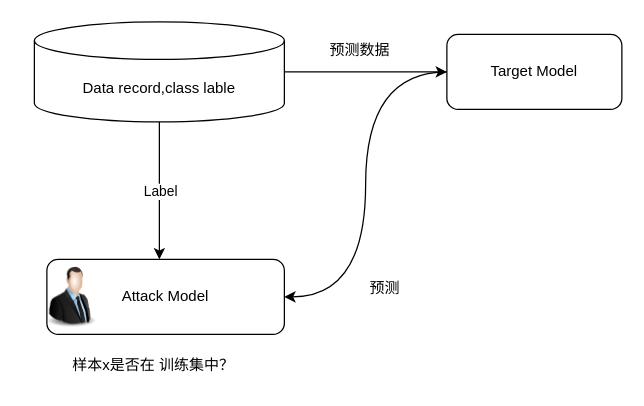
This is page "第 5 页" (5 of 7) of 未命名绘图.drawio from liangliuqi/whu-program, a draw.io file, before an edit. Source tidied: cells renumbered, new cells numbered last; positions are measured from the earlier drawing's top-left corner, leaving out a move shared by most shapes. Both pictures are drawn from the tidied source at 125%, with x=0, y=0 at pixel (21, 21).
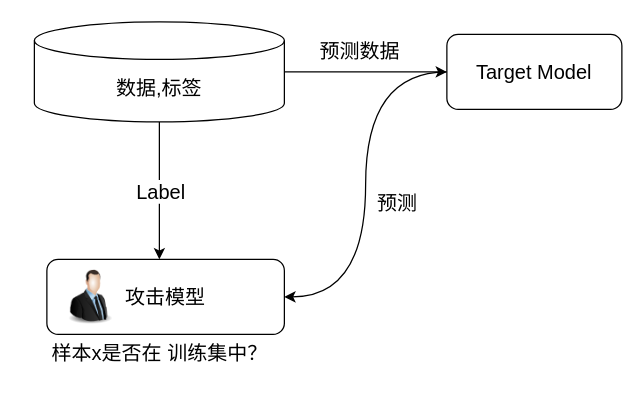
After the change.

The edit, as a diff of the source:
```diff
@@
 <mxGraphModel>
   <root>
     <mxCell id="0" />
     <mxCell id="1" parent="0" />
-    <mxCell id="2" style="edgeStyle=orthogonalEdgeStyle;rounded=0;jettySize=auto;html=1;" parent="1" edge="1" source="3" target="10">
+    <mxCell id="2" style="edgeStyle=orthogonalEdgeStyle;rounded=0;jettySize=auto;html=1;fontSize=16;labelBorderColor=none;" parent="1" edge="1" source="3" target="10">
       <mxGeometry relative="1" as="geometry" />
     </mxCell>
-    <mxCell id="3" value="Data record,class lable" style="shape=cylinder3;whiteSpace=wrap;html=1;boundedLbl=1;backgroundOutline=1;size=15;" parent="1" vertex="1">
+    <mxCell id="3" value="数据,标签" style="shape=cylinder3;whiteSpace=wrap;html=1;boundedLbl=1;backgroundOutline=1;size=15;fontSize=16;labelBorderColor=none;" parent="1" vertex="1">
       <mxGeometry x="10" width="200" height="80" as="geometry" />
     </mxCell>
-    <mxCell id="4" style="group;" parent="1" vertex="1">
+    <mxCell id="4" style="group;fontSize=16;labelBorderColor=none;" parent="1" vertex="1">
       <mxGeometry y="190" width="210" height="60" as="geometry" />
     </mxCell>
-    <mxCell id="5" value="Attack Model" style="rounded=1;whiteSpace=wrap;html=1;" parent="4" vertex="1">
+    <mxCell id="5" value="攻击模型" style="rounded=1;whiteSpace=wrap;html=1;fontSize=16;labelBorderColor=none;" parent="4" vertex="1">
       <mxGeometry x="20" width="190" height="60" as="geometry" />
     </mxCell>
-    <mxCell id="6" style="image;html=1;image=img/lib/clip_art/people/Suit_Man_128x128.png;" parent="4" vertex="1">
-      <mxGeometry y="5" width="80" height="50" as="geometry" />
+    <mxCell id="6" style="image;html=1;image=img/lib/clip_art/people/Suit_Man_128x128.png;fontSize=16;labelBorderColor=none;" parent="4" vertex="1">
+      <mxGeometry x="20" y="7.5" width="70" height="45" as="geometry" />
     </mxCell>
-    <mxCell id="7" style="endArrow=classic;html=1;rounded=0;" parent="1" edge="1" source="3">
+    <mxCell id="7" style="endArrow=classic;html=1;rounded=0;fontSize=16;labelBorderColor=none;" parent="1" edge="1" source="3">
       <mxGeometry relative="1" as="geometry">
         <mxPoint x="110" y="190" as="targetPoint" />
       </mxGeometry>
     </mxCell>
-    <mxCell id="8" value="Label" style="edgeLabel;html=1;align=center;verticalAlign=middle;" parent="7" vertex="1">
+    <mxCell id="8" value="Label" style="edgeLabel;html=1;align=center;verticalAlign=middle;fontSize=16;labelBorderColor=none;" parent="7" vertex="1">
       <mxGeometry relative="1" as="geometry" />
     </mxCell>
-    <mxCell id="9" style="edgeStyle=orthogonalEdgeStyle;curved=1;rounded=0;jettySize=auto;html=1;entryX=1;entryY=0.5;entryDx=0;entryDy=0;" parent="1" edge="1" source="10" target="5">
+    <mxCell id="9" style="edgeStyle=orthogonalEdgeStyle;curved=1;rounded=0;jettySize=auto;html=1;entryX=1;entryY=0.5;entryDx=0;entryDy=0;fontSize=16;labelBorderColor=none;" parent="1" edge="1" source="10" target="5">
       <mxGeometry relative="1" as="geometry" />
     </mxCell>
-    <mxCell id="10" value="Target Model" style="rounded=1;whiteSpace=wrap;html=1;" parent="1" vertex="1">
+    <mxCell id="10" value="Target Model" style="rounded=1;whiteSpace=wrap;html=1;fontSize=16;labelBorderColor=none;" parent="1" vertex="1">
       <mxGeometry x="340" y="10" width="140" height="60" as="geometry" />
     </mxCell>
-    <mxCell id="11" value="预测数据" style="text;html=1;align=center;verticalAlign=middle;strokeColor=none;fillColor=none;" parent="1" vertex="1">
-      <mxGeometry x="235" y="8" width="70" height="30" as="geometry" />
+    <mxCell id="11" value="预测数据" style="text;html=1;align=center;verticalAlign=middle;strokeColor=none;fillColor=none;fontSize=16;labelBorderColor=none;" parent="1" vertex="1">
+      <mxGeometry x="225" y="8" width="90" height="30" as="geometry" />
     </mxCell>
-    <mxCell id="12" value="预测" style="text;html=1;align=center;verticalAlign=middle;strokeColor=none;fillColor=none;" parent="1" vertex="1">
-      <mxGeometry x="265" y="198" width="50" height="30" as="geometry" />
+    <mxCell id="12" value="预测" style="text;html=1;align=center;verticalAlign=middle;strokeColor=none;fillColor=none;fontSize=16;labelBorderColor=none;" parent="1" vertex="1">
+      <mxGeometry x="270" y="130" width="60" height="30" as="geometry" />
     </mxCell>
-    <mxCell id="13" value="样本x是否在 训练集中？" style="text;html=1;align=center;verticalAlign=middle;strokeColor=none;fillColor=none;" parent="1" vertex="1">
-      <mxGeometry x="30" y="260" width="150" height="30" as="geometry" />
+    <mxCell id="13" value="样本x是否在 训练集中？" style="text;html=1;align=center;verticalAlign=middle;strokeColor=none;fillColor=none;fontSize=16;labelBorderColor=none;" parent="1" vertex="1">
+      <mxGeometry x="10" y="250" width="200" height="30" as="geometry" />
     </mxCell>
   </root>
 </mxGraphModel>
```
